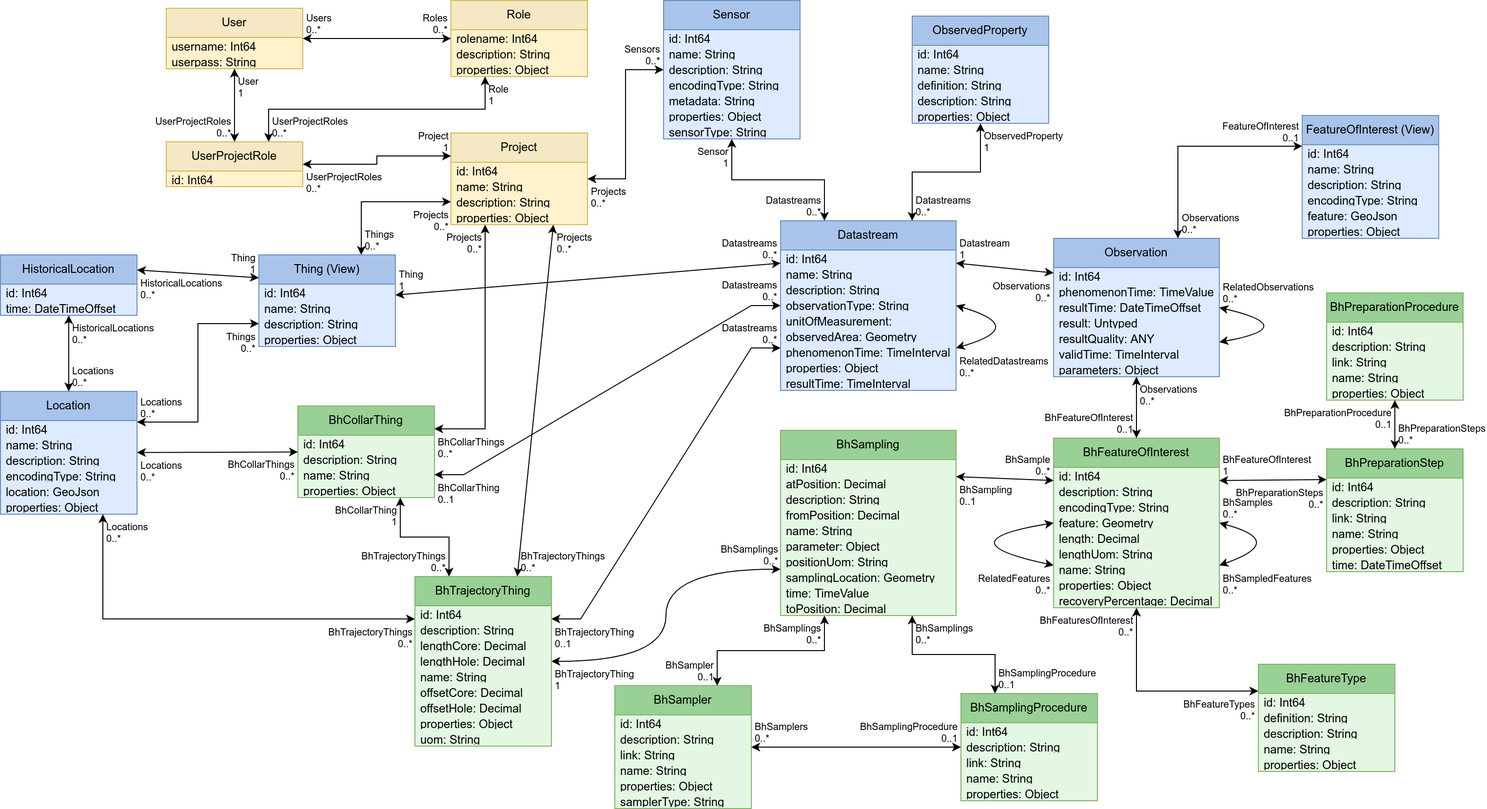
Before: Datamodel-SensorThingsApi-GeoTech.drawio.png, a diagram exported from draw.io (hylkevds/FROST-Server.Plugin.GeoTech). Source tidied: cells renumbered, new cells last; positions are measured from the earlier drawing's top-left corner, leaving out a move shared by most shapes.
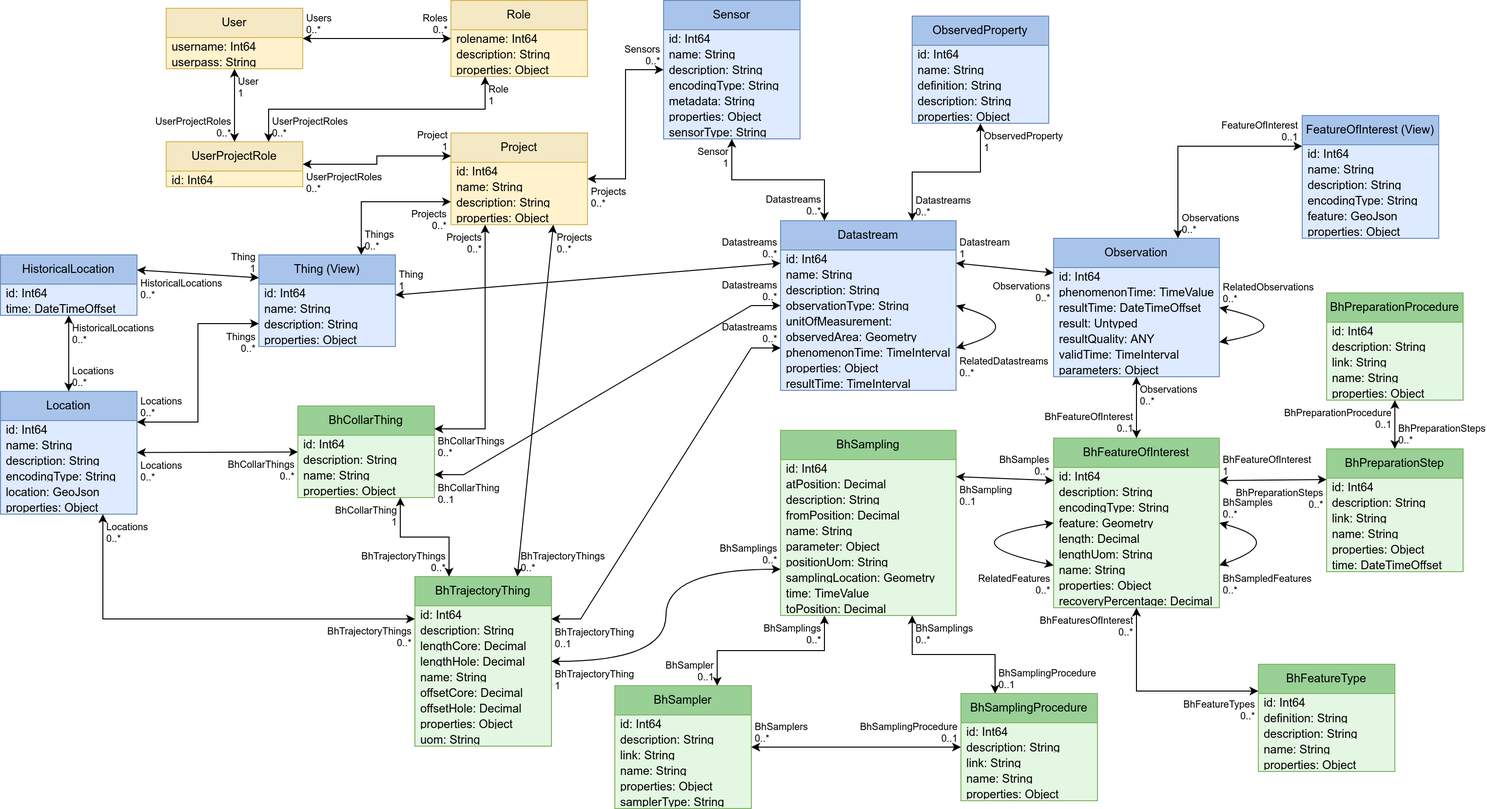
Above is the later version.

What changed in the source:
```diff
@@ -223,7 +223,7 @@
     <mxCell id="72" value="BhSampling&lt;br&gt;0..1" style="edgeLabel;html=1;align=left;verticalAlign=top;labelBackgroundColor=none;fontSize=10;spacingLeft=1;spacing=3;spacingRight=2;" parent="71" vertex="1">
       <mxGeometry x="-1" relative="1" as="geometry" />
     </mxCell>
-    <mxCell id="73" value="BhSample&lt;br&gt;0..*" style="edgeLabel;html=1;align=right;verticalAlign=bottom;labelBackgroundColor=none;fontSize=10;spacingLeft=1;spacing=3;spacingRight=2;" parent="71" vertex="1">
+    <mxCell id="73" value="BhSamples&lt;br&gt;0..*" style="edgeLabel;html=1;align=right;verticalAlign=bottom;labelBackgroundColor=none;fontSize=10;spacingLeft=1;spacing=3;spacingRight=2;" parent="71" vertex="1">
       <mxGeometry x="1" relative="1" as="geometry" />
     </mxCell>
     <mxCell id="74" value="BhSamplingProcedure" style="swimlane;fontStyle=0;horizontal=1;startSize=30;whiteSpace=wrap;html=1;fillColor=#98D095;strokeColor=#82b366;swimlaneFillColor=#E3F7E2;" parent="1" vertex="1">
```
